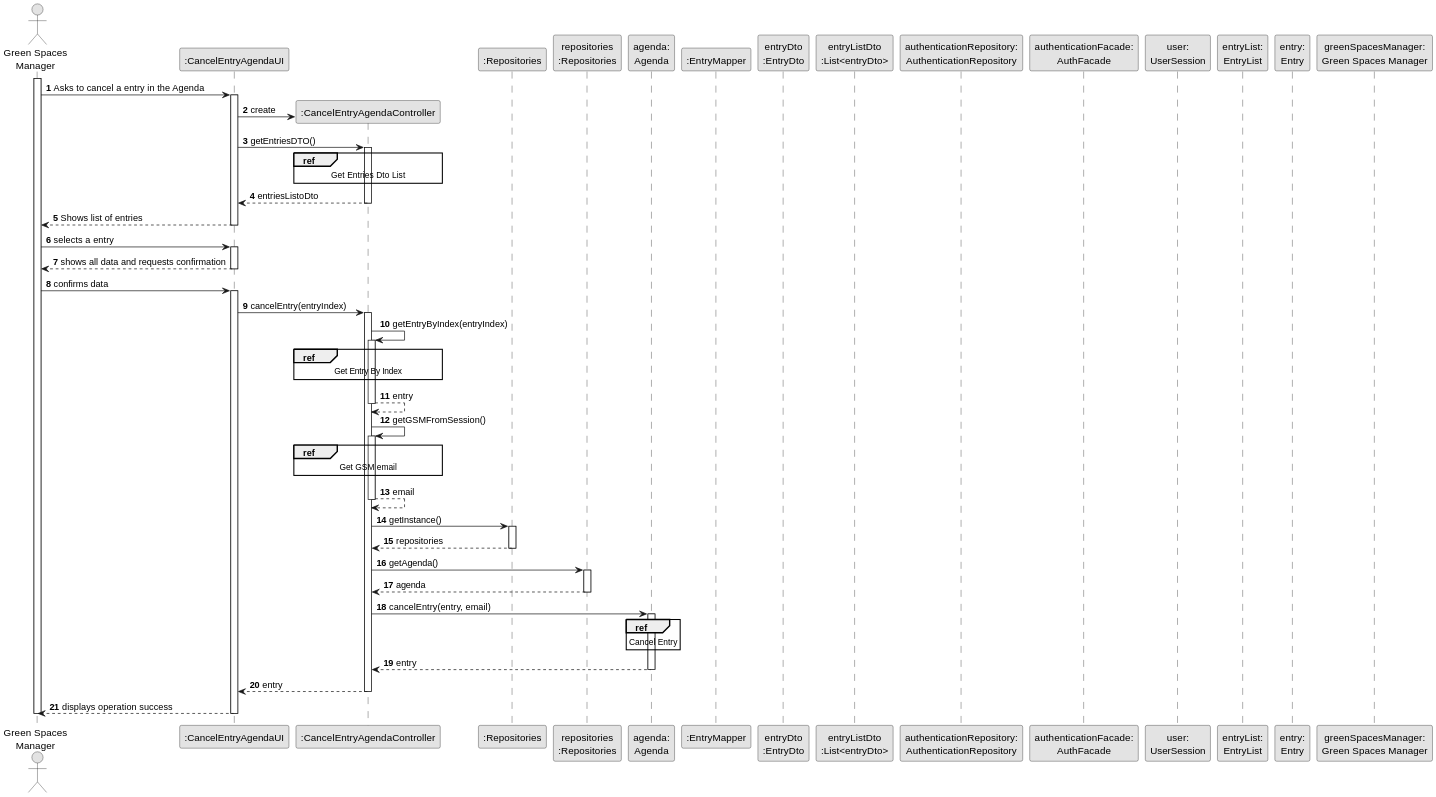
Earlier version of the PlantUML export docs/sprintA&B&C/us025/03.design/svg/us025-sequence-diagram-split.svg (daniel41silva05/ISEP_2023_2024_LAPR2).
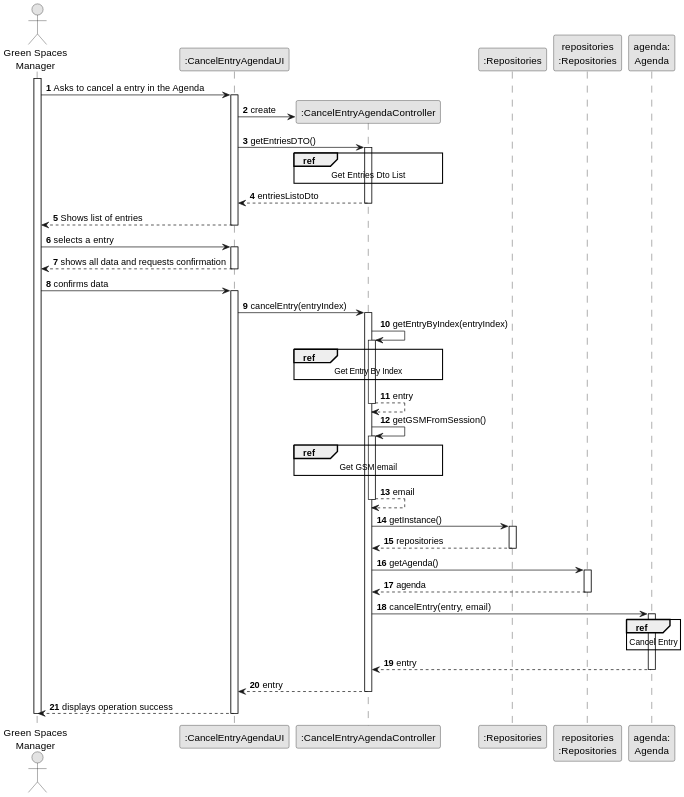
Above is the later version.

The edit, as a diff of the source:
```diff
@@ -11,15 +11,6 @@
 participant ":Repositories" as REP
 participant "repositories\n:Repositories" as REPS
 participant "agenda:\nAgenda" as AGENDA
-participant ":EntryMapper" as entryMAPPER
-participant "entryDto\n:EntryDto" as entryDTO
-participant "entryListDto\n:List<entryDto>" as entryListDTO
-participant "authenticationRepository:\nAuthenticationRepository" as authentication
-participant "authenticationFacade:\nAuthFacade" as authFacade
-participant "user:\nUserSession" as user
-participant "entryList:\nEntryList" as entryList
-participant "entry:\nEntry" as ENTRY
-participant "greenSpacesManager:\nGreen Spaces Manager" as USER
 
 activate GSM
 
```
